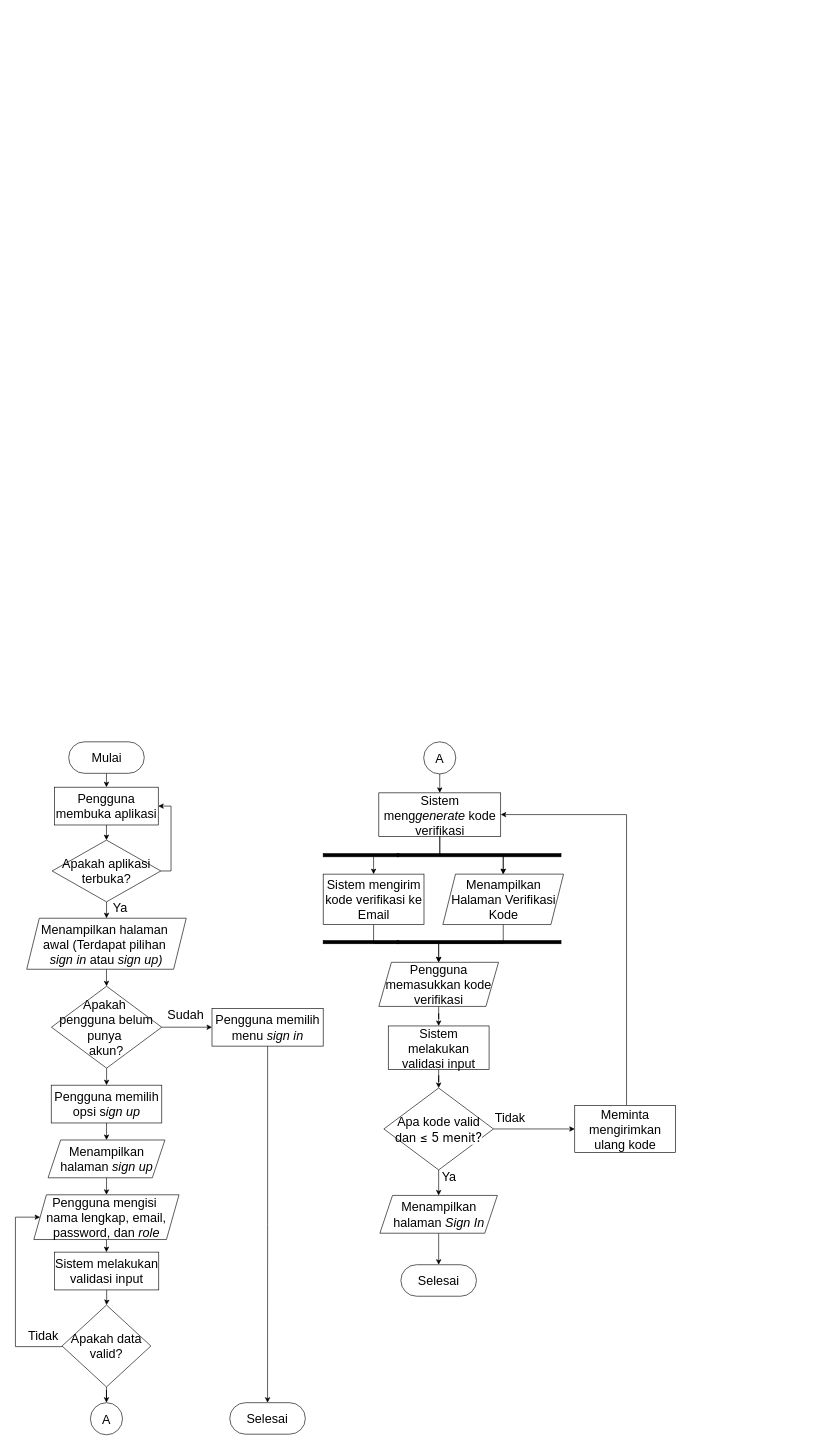
Earlier version of the draw.io diagram page "Salinan Salinan Diagram Aktivitas Admin 1" (7 of 43) of Diagram Aktivitas Admin.drawio.xml (murtianggraeni/TugasAkhir_Flowchart). Source tidied: cells renumbered, new cells numbered last; positions are measured from the earlier drawing's top-left corner, leaving out a move shared by most shapes. Both pictures are drawn from the tidied source at 63%, with x=0, y=0 at pixel (15, 742).
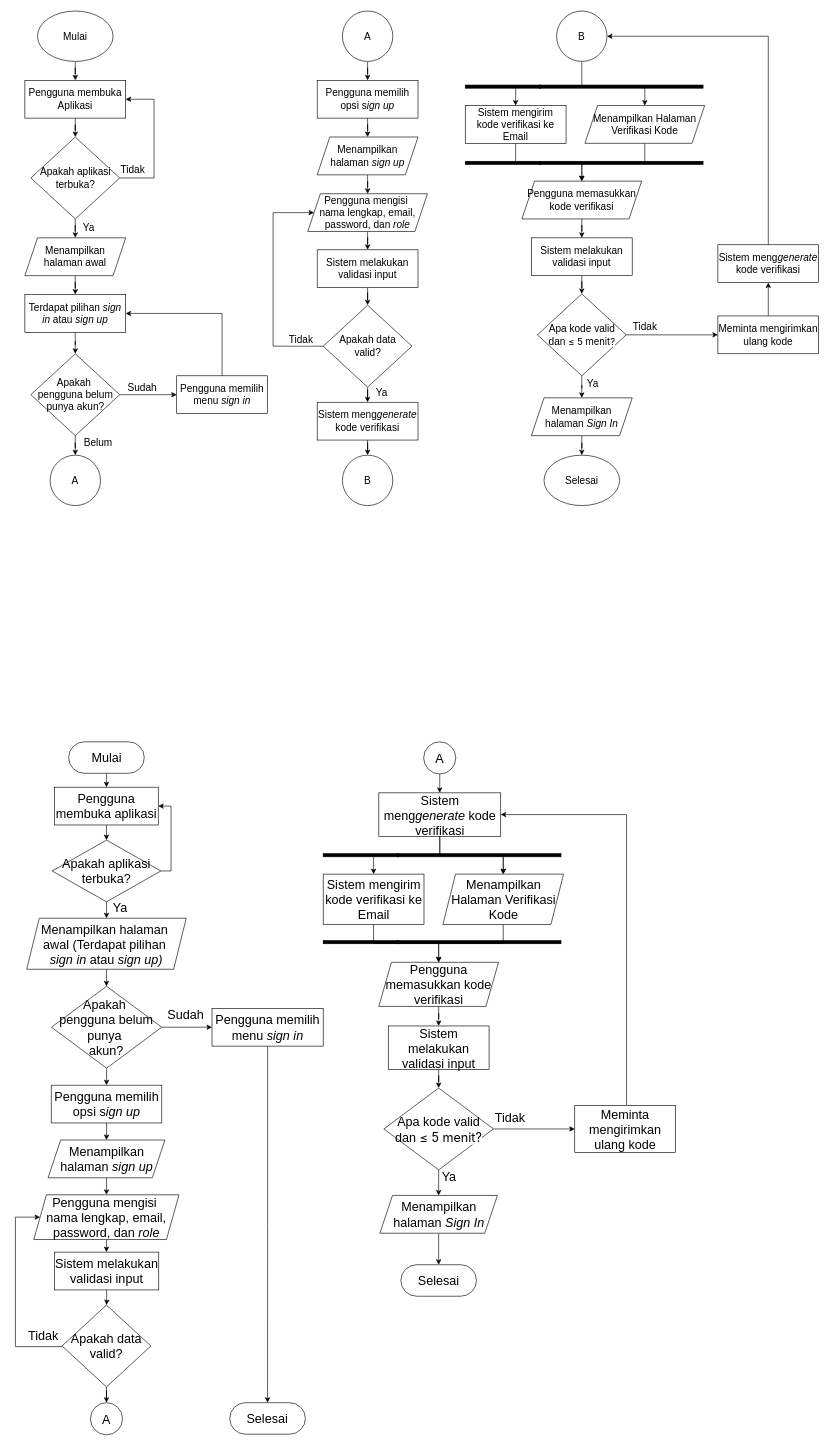
The same page after the edit.

What changed in the source:
```diff
@@
+    <mxCell id="60" style="edgeStyle=orthogonalEdgeStyle;rounded=0;jettySize=auto;html=1;" parent="1" edge="1" source="61" target="70">
+      <mxGeometry relative="1" as="geometry" />
+    </mxCell>
+    <mxCell id="61" value="&lt;font style=&quot;font-size: 16px;&quot;&gt;Mulai&lt;/font&gt;" style="ellipse;whiteSpace=wrap;html=1;" parent="1" vertex="1">
+      <mxGeometry x="35" y="-1160" width="120" height="80" as="geometry" />
+    </mxCell>
+    <mxCell id="62" style="edgeStyle=orthogonalEdgeStyle;rounded=0;jettySize=auto;html=1;" parent="1" edge="1" source="63" target="72">
+      <mxGeometry relative="1" as="geometry" />
+    </mxCell>
+    <mxCell id="63" value="&lt;span style=&quot;font-size: 16px;&quot;&gt;Menampilkan halaman awal&lt;/span&gt;" style="shape=parallelogram;perimeter=parallelogramPerimeter;whiteSpace=wrap;html=1;fixedSize=1;" parent="1" vertex="1">
+      <mxGeometry x="15" y="-800" width="160" height="60" as="geometry" />
+    </mxCell>
+    <mxCell id="64" style="edgeStyle=orthogonalEdgeStyle;rounded=0;jettySize=auto;html=1;" parent="1" edge="1" source="68" target="63">
+      <mxGeometry relative="1" as="geometry" />
+    </mxCell>
+    <mxCell id="65" value="&lt;font style=&quot;font-size: 16px;&quot;&gt;Ya&lt;/font&gt;" style="edgeLabel;html=1;align=center;verticalAlign=middle;" parent="64" vertex="1">
+      <mxGeometry x="0.28" y="-2" relative="1" as="geometry">
+        <mxPoint x="22" as="offset" />
+      </mxGeometry>
+    </mxCell>
+    <mxCell id="66" style="edgeStyle=orthogonalEdgeStyle;rounded=0;jettySize=auto;html=1;entryX=1;entryY=0.5;entryDx=0;entryDy=0;" parent="1" edge="1" source="68" target="70">
+      <mxGeometry relative="1" as="geometry">
+        <Array as="points">
+          <mxPoint x="220" y="-895" />
+          <mxPoint x="220" y="-1020" />
+        </Array>
+      </mxGeometry>
+    </mxCell>
+    <mxCell id="67" value="&lt;font style=&quot;font-size: 16px;&quot;&gt;Tidak&lt;/font&gt;" style="edgeLabel;html=1;align=center;verticalAlign=middle;" parent="66" vertex="1">
+      <mxGeometry x="-0.81" y="1" relative="1" as="geometry">
+        <mxPoint x="-1" y="-14" as="offset" />
+      </mxGeometry>
+    </mxCell>
+    <mxCell id="68" value="&lt;span style=&quot;font-size: 16px;&quot;&gt;Apakah aplikasi terbuka?&lt;/span&gt;" style="rhombus;whiteSpace=wrap;html=1;" parent="1" vertex="1">
+      <mxGeometry x="24.5" y="-960" width="141" height="130" as="geometry" />
+    </mxCell>
+    <mxCell id="69" style="edgeStyle=orthogonalEdgeStyle;rounded=0;jettySize=auto;html=1;" parent="1" edge="1" source="70" target="68">
+      <mxGeometry relative="1" as="geometry" />
+    </mxCell>
+    <mxCell id="70" value="&lt;div style=&quot;&quot;&gt;&lt;span style=&quot;font-size: 16px; background-color: initial;&quot;&gt;Pengguna membuka Aplikasi&lt;/span&gt;&lt;/div&gt;" style="rounded=0;whiteSpace=wrap;html=1;align=center;" parent="1" vertex="1">
+      <mxGeometry x="15" y="-1050" width="160" height="60" as="geometry" />
+    </mxCell>
+    <mxCell id="71" style="edgeStyle=orthogonalEdgeStyle;rounded=0;jettySize=auto;html=1;" parent="1" edge="1" source="72" target="77">
+      <mxGeometry relative="1" as="geometry" />
+    </mxCell>
+    <mxCell id="72" value="&lt;div style=&quot;&quot;&gt;&lt;span style=&quot;font-size: 16px;&quot;&gt;Terdapat pilihan&amp;nbsp;&lt;/span&gt;&lt;i style=&quot;font-size: 16px;&quot;&gt;sign in&lt;/i&gt;&lt;span style=&quot;font-size: 16px;&quot;&gt;&amp;nbsp;atau&amp;nbsp;&lt;/span&gt;&lt;i style=&quot;font-size: 16px;&quot;&gt;sign up&lt;/i&gt;&lt;/div&gt;" style="rounded=0;whiteSpace=wrap;html=1;align=center;" parent="1" vertex="1">
+      <mxGeometry x="15" y="-710" width="160" height="60" as="geometry" />
+    </mxCell>
+    <mxCell id="73" style="edgeStyle=orthogonalEdgeStyle;rounded=0;jettySize=auto;html=1;" parent="1" edge="1" source="77" target="79">
+      <mxGeometry relative="1" as="geometry" />
+    </mxCell>
+    <mxCell id="74" value="&lt;font style=&quot;font-size: 16px;&quot;&gt;Sudah&lt;/font&gt;" style="edgeLabel;html=1;align=center;verticalAlign=middle;" parent="73" vertex="1">
+      <mxGeometry x="-0.56" relative="1" as="geometry">
+        <mxPoint x="15" y="-12" as="offset" />
+      </mxGeometry>
+    </mxCell>
+    <mxCell id="75" style="edgeStyle=orthogonalEdgeStyle;rounded=0;jettySize=auto;html=1;" parent="1" edge="1" source="77" target="86">
+      <mxGeometry relative="1" as="geometry" />
+    </mxCell>
+    <mxCell id="76" value="&lt;font style=&quot;font-size: 16px;&quot;&gt;Belum&lt;/font&gt;" style="edgeLabel;html=1;align=center;verticalAlign=middle;" parent="75" vertex="1">
+      <mxGeometry x="-0.58" y="-1" relative="1" as="geometry">
+        <mxPoint x="36" as="offset" />
+      </mxGeometry>
+    </mxCell>
+    <mxCell id="77" value="&lt;span style=&quot;font-size: 16px;&quot;&gt;Apakah&amp;nbsp;&lt;/span&gt;&lt;div&gt;&lt;span style=&quot;font-size: 16px;&quot;&gt;pengguna belum punya akun?&lt;/span&gt;&lt;/div&gt;" style="rhombus;whiteSpace=wrap;html=1;" parent="1" vertex="1">
+      <mxGeometry x="24.5" y="-616" width="141" height="130" as="geometry" />
+    </mxCell>
+    <mxCell id="78" style="edgeStyle=orthogonalEdgeStyle;rounded=0;jettySize=auto;html=1;entryX=1;entryY=0.5;entryDx=0;entryDy=0;exitX=0.5;exitY=0;exitDx=0;exitDy=0;" parent="1" edge="1" source="79" target="72">
+      <mxGeometry relative="1" as="geometry">
+        <Array as="points">
+          <mxPoint x="328" y="-680" />
+        </Array>
+      </mxGeometry>
+    </mxCell>
+    <mxCell id="79" value="&lt;font style=&quot;font-size: 16px;&quot;&gt;Pengguna memilih menu&amp;nbsp;&lt;i style=&quot;&quot;&gt;sign in&lt;/i&gt;&lt;/font&gt;" style="whiteSpace=wrap;html=1;" parent="1" vertex="1">
+      <mxGeometry x="256" y="-581" width="144" height="60" as="geometry" />
+    </mxCell>
+    <mxCell id="80" style="edgeStyle=orthogonalEdgeStyle;rounded=0;jettySize=auto;html=1;" parent="1" edge="1" source="81" target="83">
+      <mxGeometry relative="1" as="geometry" />
+    </mxCell>
+    <mxCell id="81" value="&lt;div style=&quot;&quot;&gt;&lt;span style=&quot;font-size: 16px;&quot;&gt;Pengguna memilih opsi s&lt;/span&gt;&lt;i style=&quot;font-size: 16px;&quot;&gt;ign up&lt;/i&gt;&lt;/div&gt;" style="rounded=0;whiteSpace=wrap;html=1;align=center;" parent="1" vertex="1">
+      <mxGeometry x="479" y="-1050" width="160" height="60" as="geometry" />
+    </mxCell>
+    <mxCell id="82" style="edgeStyle=orthogonalEdgeStyle;rounded=0;jettySize=auto;html=1;" parent="1" edge="1" source="83" target="85">
+      <mxGeometry relative="1" as="geometry" />
+    </mxCell>
+    <mxCell id="83" value="&lt;span style=&quot;font-size: 16px;&quot;&gt;Menampilkan halaman&amp;nbsp;&lt;/span&gt;&lt;i style=&quot;font-size: 16px;&quot;&gt;sign up&lt;/i&gt;" style="shape=parallelogram;perimeter=parallelogramPerimeter;whiteSpace=wrap;html=1;fixedSize=1;" parent="1" vertex="1">
+      <mxGeometry x="479" y="-960" width="160" height="60" as="geometry" />
+    </mxCell>
+    <mxCell id="84" style="edgeStyle=orthogonalEdgeStyle;rounded=0;jettySize=auto;html=1;" parent="1" edge="1" source="85" target="90">
+      <mxGeometry relative="1" as="geometry" />
+    </mxCell>
+    <mxCell id="85" value="&lt;span style=&quot;font-size: 16px;&quot;&gt;Pengguna mengisi&amp;nbsp;&lt;/span&gt;&lt;div&gt;&lt;span style=&quot;font-size: 16px;&quot;&gt;nama lengkap, email, password, dan&amp;nbsp;&lt;/span&gt;&lt;i style=&quot;font-size: 16px;&quot;&gt;role&lt;/i&gt;&lt;/div&gt;" style="shape=parallelogram;perimeter=parallelogramPerimeter;whiteSpace=wrap;html=1;fixedSize=1;" parent="1" vertex="1">
+      <mxGeometry x="464" y="-870" width="190" height="60" as="geometry" />
+    </mxCell>
+    <mxCell id="86" value="&lt;font style=&quot;font-size: 16px;&quot;&gt;A&lt;/font&gt;" style="ellipse;whiteSpace=wrap;html=1;" parent="1" vertex="1">
+      <mxGeometry x="55" y="-455" width="80" height="80" as="geometry" />
+    </mxCell>
+    <mxCell id="87" style="edgeStyle=orthogonalEdgeStyle;rounded=0;jettySize=auto;html=1;" parent="1" edge="1" source="88" target="81">
+      <mxGeometry relative="1" as="geometry" />
+    </mxCell>
+    <mxCell id="88" value="&lt;font style=&quot;font-size: 16px;&quot;&gt;A&lt;/font&gt;" style="ellipse;whiteSpace=wrap;html=1;" parent="1" vertex="1">
+      <mxGeometry x="519" y="-1160" width="80" height="80" as="geometry" />
+    </mxCell>
+    <mxCell id="89" style="edgeStyle=orthogonalEdgeStyle;rounded=0;jettySize=auto;html=1;" parent="1" edge="1" source="90" target="95">
+      <mxGeometry relative="1" as="geometry" />
+    </mxCell>
+    <mxCell id="90" value="&lt;div style=&quot;&quot;&gt;&lt;span style=&quot;font-size: 16px;&quot;&gt;Sistem melakukan validasi input&lt;/span&gt;&lt;/div&gt;" style="rounded=0;whiteSpace=wrap;html=1;align=center;" parent="1" vertex="1">
+      <mxGeometry x="479" y="-781" width="160" height="60" as="geometry" />
+    </mxCell>
+    <mxCell id="91" style="edgeStyle=orthogonalEdgeStyle;rounded=0;jettySize=auto;html=1;entryX=0;entryY=0.5;entryDx=0;entryDy=0;" parent="1" edge="1" source="95" target="85">
+      <mxGeometry relative="1" as="geometry">
+        <Array as="points">
+          <mxPoint x="409" y="-628" />
+          <mxPoint x="409" y="-840" />
+        </Array>
+      </mxGeometry>
+    </mxCell>
+    <mxCell id="92" value="&lt;font style=&quot;font-size: 16px;&quot;&gt;Tidak&lt;/font&gt;" style="edgeLabel;html=1;align=center;verticalAlign=middle;" parent="91" vertex="1">
+      <mxGeometry x="-0.8" relative="1" as="geometry">
+        <mxPoint y="-12" as="offset" />
+      </mxGeometry>
+    </mxCell>
+    <mxCell id="93" style="edgeStyle=orthogonalEdgeStyle;rounded=0;jettySize=auto;html=1;entryX=0.5;entryY=0;entryDx=0;entryDy=0;" parent="1" edge="1" source="95" target="97">
+      <mxGeometry relative="1" as="geometry" />
+    </mxCell>
+    <mxCell id="94" value="&lt;font style=&quot;font-size: 16px;&quot;&gt;Ya&lt;/font&gt;" style="edgeLabel;html=1;align=center;verticalAlign=middle;" parent="93" vertex="1">
+      <mxGeometry x="0.13" relative="1" as="geometry">
+        <mxPoint x="21" as="offset" />
+      </mxGeometry>
+    </mxCell>
+    <mxCell id="95" value="&lt;span style=&quot;font-size: 16px;&quot;&gt;Apakah data&lt;/span&gt;&lt;div&gt;&lt;span style=&quot;font-size: 16px;&quot;&gt;valid?&lt;/span&gt;&lt;/div&gt;" style="rhombus;whiteSpace=wrap;html=1;" parent="1" vertex="1">
+      <mxGeometry x="488.5" y="-693" width="141" height="130" as="geometry" />
+    </mxCell>
+    <mxCell id="96" style="edgeStyle=orthogonalEdgeStyle;rounded=0;jettySize=auto;html=1;" parent="1" edge="1" source="97" target="98">
+      <mxGeometry relative="1" as="geometry" />
+    </mxCell>
+    <mxCell id="97" value="&lt;div style=&quot;&quot;&gt;&lt;span style=&quot;font-size: 16px;&quot;&gt;Sistem meng&lt;i&gt;generate&lt;/i&gt; kode verifikasi&lt;/span&gt;&lt;/div&gt;" style="rounded=0;whiteSpace=wrap;html=1;align=center;" parent="1" vertex="1">
+      <mxGeometry x="479" y="-539" width="160" height="60" as="geometry" />
+    </mxCell>
+    <mxCell id="98" value="&lt;span style=&quot;font-size: 16px;&quot;&gt;B&lt;/span&gt;" style="ellipse;whiteSpace=wrap;html=1;" parent="1" vertex="1">
+      <mxGeometry x="519" y="-455" width="80" height="80" as="geometry" />
+    </mxCell>
+    <mxCell id="99" style="edgeStyle=orthogonalEdgeStyle;rounded=0;jettySize=auto;html=1;entryX=0.5;entryY=0;entryDx=0;entryDy=0;" parent="1" edge="1" source="100" target="107">
+      <mxGeometry relative="1" as="geometry">
+        <Array as="points">
+          <mxPoint x="899" y="-1040" />
+          <mxPoint x="999" y="-1040" />
+        </Array>
+      </mxGeometry>
+    </mxCell>
+    <mxCell id="100" value="&lt;span style=&quot;font-size: 16px;&quot;&gt;B&lt;/span&gt;" style="ellipse;whiteSpace=wrap;html=1;" parent="1" vertex="1">
+      <mxGeometry x="859" y="-1160" width="80" height="80" as="geometry" />
+    </mxCell>
+    <mxCell id="101" style="edgeStyle=orthogonalEdgeStyle;rounded=0;jettySize=auto;html=1;entryX=0.5;entryY=0;entryDx=0;entryDy=0;" parent="1" edge="1" source="102" target="111">
+      <mxGeometry relative="1" as="geometry">
+        <Array as="points">
+          <mxPoint x="794" y="-920" />
+          <mxPoint x="899" y="-920" />
+        </Array>
+      </mxGeometry>
+    </mxCell>
+    <mxCell id="102" value="&lt;div style=&quot;&quot;&gt;&lt;span style=&quot;font-size: 16px;&quot;&gt;Sistem m&lt;/span&gt;&lt;span style=&quot;font-size: 16px; background-color: initial;&quot;&gt;engirim kode verifikasi ke Email&lt;/span&gt;&lt;/div&gt;" style="rounded=0;whiteSpace=wrap;html=1;align=center;" parent="1" vertex="1">
+      <mxGeometry x="714" y="-1010" width="160" height="60" as="geometry" />
+    </mxCell>
+    <mxCell id="103" style="edgeStyle=orthogonalEdgeStyle;rounded=0;jettySize=auto;html=1;entryX=0.5;entryY=0;entryDx=0;entryDy=0;" parent="1" edge="1" source="104" target="102">
+      <mxGeometry relative="1" as="geometry">
+        <Array as="points">
+          <mxPoint x="794" y="-1020" />
+          <mxPoint x="794" y="-1020" />
+        </Array>
+      </mxGeometry>
+    </mxCell>
+    <mxCell id="104" style="html=1;points=[];perimeter=orthogonalPerimeter;fillColor=strokeColor;rotation=-90;" parent="1" vertex="1">
+      <mxGeometry x="771.5" y="-1100" width="5" height="120" as="geometry" />
+    </mxCell>
+    <mxCell id="105" style="html=1;perimeter=orthogonalPerimeter;fillColor=strokeColor;rotation=-90;" parent="1" vertex="1">
+      <mxGeometry x="959" y="-1170" width="5" height="260" as="geometry" />
+    </mxCell>
+    <mxCell id="106" style="edgeStyle=orthogonalEdgeStyle;rounded=0;jettySize=auto;html=1;entryX=0.5;entryY=0;entryDx=0;entryDy=0;" parent="1" edge="1" source="107" target="111">
+      <mxGeometry relative="1" as="geometry">
+        <Array as="points">
+          <mxPoint x="999" y="-920" />
+          <mxPoint x="899" y="-920" />
+        </Array>
+      </mxGeometry>
+    </mxCell>
+    <mxCell id="107" value="&lt;span style=&quot;font-size: 16px;&quot;&gt;Menampilkan Halaman Verifikasi Kode&lt;/span&gt;" style="shape=parallelogram;perimeter=parallelogramPerimeter;whiteSpace=wrap;html=1;fixedSize=1;" parent="1" vertex="1">
+      <mxGeometry x="904" y="-1010" width="190" height="60" as="geometry" />
+    </mxCell>
+    <mxCell id="108" style="html=1;perimeter=orthogonalPerimeter;fillColor=strokeColor;rotation=-90;" parent="1" vertex="1">
+      <mxGeometry x="771.5" y="-979" width="5" height="120" as="geometry" />
+    </mxCell>
+    <mxCell id="109" style="html=1;perimeter=orthogonalPerimeter;fillColor=strokeColor;rotation=-90;" parent="1" vertex="1">
+      <mxGeometry x="959" y="-1049" width="5" height="260" as="geometry" />
+    </mxCell>
+    <mxCell id="110" style="edgeStyle=orthogonalEdgeStyle;rounded=0;jettySize=auto;html=1;" parent="1" edge="1" source="111" target="118">
+      <mxGeometry relative="1" as="geometry" />
+    </mxCell>
+    <mxCell id="111" value="&lt;span style=&quot;font-size: 16px;&quot;&gt;Pengguna m&lt;/span&gt;&lt;span style=&quot;font-size: 16px;&quot;&gt;emasukkan kode verifikasi&lt;/span&gt;" style="shape=parallelogram;perimeter=parallelogramPerimeter;whiteSpace=wrap;html=1;fixedSize=1;" parent="1" vertex="1">
+      <mxGeometry x="804" y="-890" width="190" height="60" as="geometry" />
+    </mxCell>
+    <mxCell id="112" style="edgeStyle=orthogonalEdgeStyle;rounded=0;jettySize=auto;html=1;entryX=0;entryY=0.5;entryDx=0;entryDy=0;" parent="1" edge="1" source="116" target="120">
+      <mxGeometry relative="1" as="geometry" />
+    </mxCell>
+    <mxCell id="113" value="&lt;font style=&quot;font-size: 16px;&quot;&gt;Tidak&lt;/font&gt;" style="edgeLabel;html=1;align=center;verticalAlign=middle;" parent="112" vertex="1">
+      <mxGeometry x="-0.72" y="1" relative="1" as="geometry">
+        <mxPoint x="9" y="-13" as="offset" />
+      </mxGeometry>
+    </mxCell>
+    <mxCell id="114" style="edgeStyle=orthogonalEdgeStyle;rounded=0;jettySize=auto;html=1;" parent="1" edge="1" source="116" target="124">
+      <mxGeometry relative="1" as="geometry" />
+    </mxCell>
+    <mxCell id="115" value="&lt;font style=&quot;font-size: 16px;&quot;&gt;Ya&lt;/font&gt;" style="edgeLabel;html=1;align=center;verticalAlign=middle;" parent="114" vertex="1">
+      <mxGeometry x="-0.38" y="2" relative="1" as="geometry">
+        <mxPoint x="14" y="-3" as="offset" />
+      </mxGeometry>
+    </mxCell>
+    <mxCell id="116" value="&lt;span style=&quot;font-size: 16px;&quot;&gt;Apa kode valid dan&amp;nbsp;&lt;/span&gt;&lt;span style=&quot;font-family: Inter, arial, helvetica, sans-serif; font-size: 15px; text-align: start; background-color: rgb(255, 255, 255);&quot;&gt;≤ 5 menit?&lt;/span&gt;" style="rhombus;whiteSpace=wrap;html=1;" parent="1" vertex="1">
+      <mxGeometry x="828.5" y="-711" width="141" height="130" as="geometry" />
+    </mxCell>
+    <mxCell id="117" style="edgeStyle=orthogonalEdgeStyle;rounded=0;jettySize=auto;html=1;" parent="1" edge="1" source="118" target="116">
+      <mxGeometry relative="1" as="geometry" />
+    </mxCell>
+    <mxCell id="118" value="&lt;div style=&quot;&quot;&gt;&lt;span style=&quot;font-size: 16px;&quot;&gt;Sistem melakukan validasi input&lt;/span&gt;&lt;/div&gt;" style="rounded=0;whiteSpace=wrap;html=1;align=center;" parent="1" vertex="1">
+      <mxGeometry x="819" y="-800" width="160" height="60" as="geometry" />
+    </mxCell>
+    <mxCell id="119" style="edgeStyle=orthogonalEdgeStyle;rounded=0;jettySize=auto;html=1;entryX=0.5;entryY=1;entryDx=0;entryDy=0;" parent="1" edge="1" source="120" target="122">
+      <mxGeometry relative="1" as="geometry" />
+    </mxCell>
+    <mxCell id="120" value="&lt;div style=&quot;&quot;&gt;&lt;span style=&quot;font-size: 16px;&quot;&gt;Meminta mengirimkan ulang kode&lt;/span&gt;&lt;/div&gt;" style="rounded=0;whiteSpace=wrap;html=1;align=center;" parent="1" vertex="1">
+      <mxGeometry x="1115" y="-676" width="160" height="60" as="geometry" />
+    </mxCell>
+    <mxCell id="121" style="edgeStyle=orthogonalEdgeStyle;rounded=0;jettySize=auto;html=1;entryX=1;entryY=0.5;entryDx=0;entryDy=0;" parent="1" edge="1" source="122" target="100">
+      <mxGeometry relative="1" as="geometry">
+        <Array as="points">
+          <mxPoint x="1195" y="-1120" />
+        </Array>
+      </mxGeometry>
+    </mxCell>
+    <mxCell id="122" value="&lt;div style=&quot;&quot;&gt;&lt;span style=&quot;font-size: 16px;&quot;&gt;Sistem meng&lt;i&gt;generate&lt;/i&gt; kode verifikasi&lt;/span&gt;&lt;/div&gt;" style="rounded=0;whiteSpace=wrap;html=1;align=center;" parent="1" vertex="1">
+      <mxGeometry x="1115" y="-789" width="160" height="60" as="geometry" />
+    </mxCell>
+    <mxCell id="123" style="edgeStyle=orthogonalEdgeStyle;rounded=0;jettySize=auto;html=1;" parent="1" edge="1" source="124" target="125">
+      <mxGeometry relative="1" as="geometry" />
+    </mxCell>
+    <mxCell id="124" value="&lt;span style=&quot;font-size: 16px;&quot;&gt;Menampilkan halaman&amp;nbsp;&lt;/span&gt;&lt;i style=&quot;font-size: 16px;&quot;&gt;Sign In&lt;/i&gt;" style="shape=parallelogram;perimeter=parallelogramPerimeter;whiteSpace=wrap;html=1;fixedSize=1;" parent="1" vertex="1">
+      <mxGeometry x="819" y="-546" width="160" height="60" as="geometry" />
+    </mxCell>
+    <mxCell id="125" value="&lt;font style=&quot;font-size: 16px;&quot;&gt;Selesai&lt;/font&gt;" style="ellipse;whiteSpace=wrap;html=1;" parent="1" vertex="1">
+      <mxGeometry x="839" y="-455" width="120" height="80" as="geometry" />
+    </mxCell>
```
